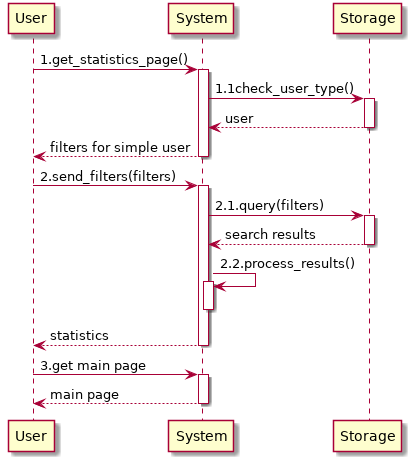
GiorgioUghini/SafeStreets keeps this PlantUML diagram as RASD/images/useCases/information_mining.png. Above is the earlier version. Its diagram source:
```plantuml
@startuml information_mining
    participant User as U
    participant System as S
    participant Storage as ST

    autoactivate on

    U -> S: 1.get_statistics_page()
    S -> ST: 1.1check_user_type()
    return user
    return filters for simple user
    U -> S: 2.send_filters(filters)
    S -> ST: 2.1.query(filters)
    return search results
    S -> S: 2.2.process_results()
    deactivate S
    return statistics
    U -> S: 3.get main page
    return main page
@enduml
```
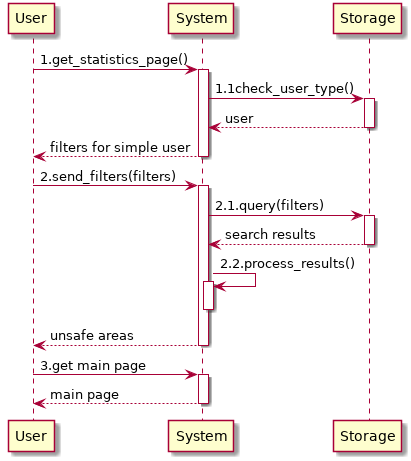
Above is the later version.

Diff of the diagram source:
```diff
@@ -14,7 +14,7 @@
     return search results
     S -> S: 2.2.process_results()
     deactivate S
-    return statistics
+    return unsafe areas
     U -> S: 3.get main page
     return main page
 @enduml
```
